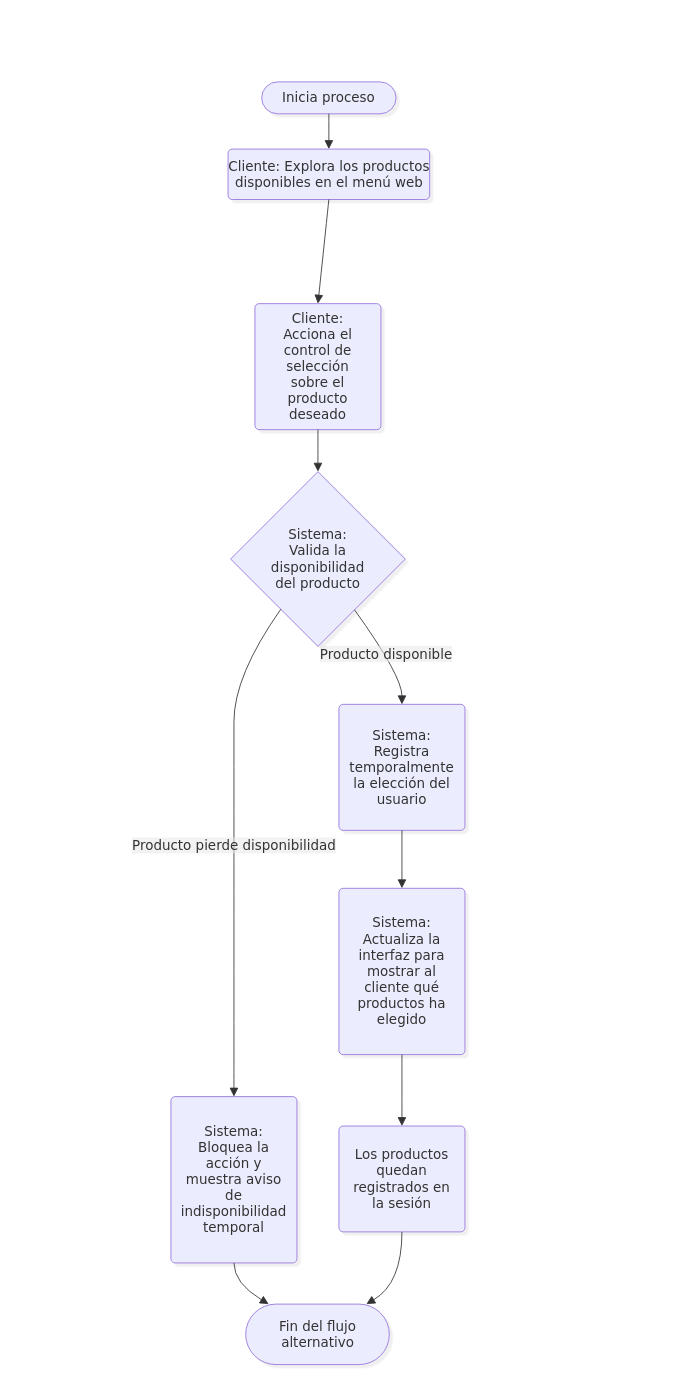
Before: page "RF03" (3 of 14) of documentacion/Diagramas/Diagramas Casos de Uso.drawio in CanelaFeliz/ProyectoPPI115, a draw.io diagram. Source tidied: cells renumbered, new cells numbered last; positions are measured from the earlier drawing's top-left corner, leaving out a move shared by most shapes. Both pictures are drawn from the tidied source at 84%, with x=0, y=0 at pixel (171, 14).
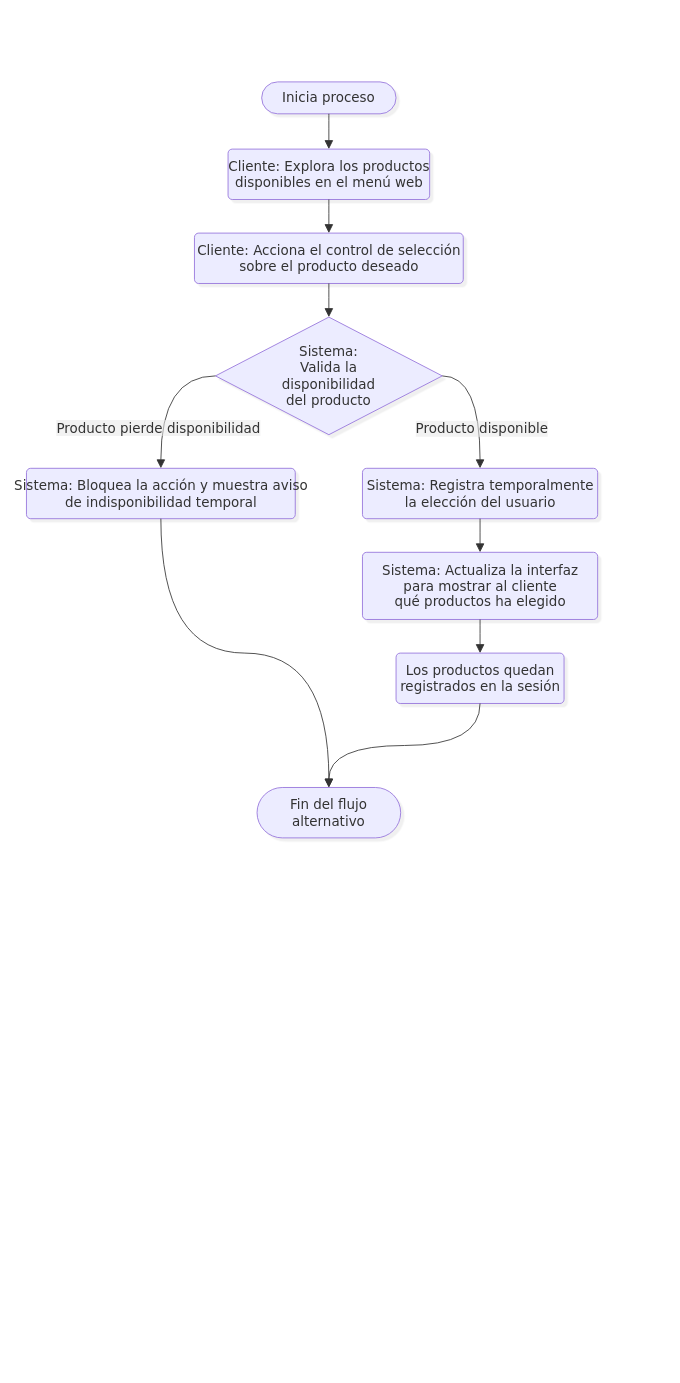
The same page after the edit.

Unchanged cells that the change refers to:
```xml
<mxCell id="2" style="group;transparentBounds=1;editIcon=1;lockedGroup=0;groupPadding=10;" parent="1" vertex="1">
  <mxGeometry x="588" as="geometry" />
</mxCell>
```

Change to the diagram source:
```diff
@@
-    <mxCell id="5" value="Cliente: Acciona el control de selección sobre el producto deseado" style="rounded=1;absoluteArcSize=1;arcSize=10;html=1;whiteSpace=wrap;strokeWidth=1;fillColor=light-dark(#ECECFF,#1f2020);strokeColor=light-dark(#9370DB,#cccccc);fontColor=light-dark(#333333,#cccccc);fontFamily=Trebuchet MS,Verdana,Arial,sans-serif;fontSize=16;shadow=1;shadowColor=#000000;shadowOffsetX=4;shadowOffsetY=4;shadowBlur=0;shadowOpacity=6;labelWidth=120;" parent="2" vertex="1">
-      <mxGeometry x="-488" y="344" width="150" height="150" as="geometry" />
+    <mxCell id="5" value="Cliente: Acciona el control de selección&lt;br&gt;sobre el producto deseado" style="rounded=1;absoluteArcSize=1;arcSize=10;html=1;strokeWidth=1;fillColor=light-dark(#ECECFF,#1f2020);strokeColor=light-dark(#9370DB,#cccccc);fontColor=light-dark(#333333,#cccccc);fontFamily=Trebuchet MS,Verdana,Arial,sans-serif;fontSize=16;shadow=1;shadowColor=#000000;shadowOffsetX=4;shadowOffsetY=4;shadowBlur=0;shadowOpacity=6;labelWidth=120;" parent="2" vertex="1">
+      <mxGeometry x="-560" y="260" width="320" height="60" as="geometry" />
     </mxCell>
-    <mxCell id="6" value="Sistema: Valida la disponibilidad del producto" style="rhombus;html=1;strokeWidth=1;whiteSpace=wrap;fillColor=light-dark(#ECECFF,#1f2020);strokeColor=light-dark(#9370DB,#cccccc);fontColor=light-dark(#333333,#cccccc);fontFamily=Trebuchet MS,Verdana,Arial,sans-serif;fontSize=16;shadow=1;shadowColor=#000000;shadowOffsetX=4;shadowOffsetY=4;shadowBlur=0;shadowOpacity=6;labelWidth=120;" parent="2" vertex="1">
-      <mxGeometry x="-517" y="544" width="208" height="208" as="geometry" />
+    <mxCell id="6" value="Sistema: Valida la disponibilidad del producto" style="rhombus;html=1;strokeWidth=1;fillColor=light-dark(#ECECFF,#1f2020);strokeColor=light-dark(#9370DB,#cccccc);fontColor=light-dark(#333333,#cccccc);fontFamily=Trebuchet MS,Verdana,Arial,sans-serif;fontSize=16;shadow=1;shadowColor=#000000;shadowOffsetX=4;shadowOffsetY=4;shadowBlur=0;shadowOpacity=6;labelWidth=120;whiteSpace=wrap;" parent="2" vertex="1">
+      <mxGeometry x="-535" y="360" width="270" height="140" as="geometry" />
     </mxCell>
-    <mxCell id="7" value="Sistema: Registra temporalmente la elección del usuario" style="rounded=1;absoluteArcSize=1;arcSize=10;html=1;whiteSpace=wrap;strokeWidth=1;fillColor=light-dark(#ECECFF,#1f2020);strokeColor=light-dark(#9370DB,#cccccc);fontColor=light-dark(#333333,#cccccc);fontFamily=Trebuchet MS,Verdana,Arial,sans-serif;fontSize=16;shadow=1;shadowColor=#000000;shadowOffsetX=4;shadowOffsetY=4;shadowBlur=0;shadowOpacity=6;labelWidth=120;" parent="2" vertex="1">
-      <mxGeometry x="-388" y="821" width="150" height="150" as="geometry" />
+    <mxCell id="7" value="Sistema: Registra temporalmente&lt;br&gt;la elección del usuario" style="rounded=1;absoluteArcSize=1;arcSize=10;html=1;strokeWidth=1;fillColor=light-dark(#ECECFF,#1f2020);strokeColor=light-dark(#9370DB,#cccccc);fontColor=light-dark(#333333,#cccccc);fontFamily=Trebuchet MS,Verdana,Arial,sans-serif;fontSize=16;shadow=1;shadowColor=#000000;shadowOffsetX=4;shadowOffsetY=4;shadowBlur=0;shadowOpacity=6;labelWidth=120;" parent="2" vertex="1">
+      <mxGeometry x="-360" y="540" width="280" height="60" as="geometry" />
     </mxCell>
-    <mxCell id="8" value="Sistema: Bloquea la acción y muestra aviso de indisponibilidad temporal" style="rounded=1;absoluteArcSize=1;arcSize=10;html=1;whiteSpace=wrap;strokeWidth=1;fillColor=light-dark(#ECECFF,#1f2020);strokeColor=light-dark(#9370DB,#cccccc);fontColor=light-dark(#333333,#cccccc);fontFamily=Trebuchet MS,Verdana,Arial,sans-serif;fontSize=16;shadow=1;shadowColor=#000000;shadowOffsetX=4;shadowOffsetY=4;shadowBlur=0;shadowOpacity=6;labelWidth=120;" parent="2" vertex="1">
-      <mxGeometry x="-588" y="1288" width="150" height="198" as="geometry" />
+    <mxCell id="8" value="Sistema: Bloquea la acción y muestra aviso&lt;br&gt;de indisponibilidad temporal" style="rounded=1;absoluteArcSize=1;arcSize=10;html=1;strokeWidth=1;fillColor=light-dark(#ECECFF,#1f2020);strokeColor=light-dark(#9370DB,#cccccc);fontColor=light-dark(#333333,#cccccc);fontFamily=Trebuchet MS,Verdana,Arial,sans-serif;fontSize=16;shadow=1;shadowColor=#000000;shadowOffsetX=4;shadowOffsetY=4;shadowBlur=0;shadowOpacity=6;labelWidth=120;" parent="2" vertex="1">
+      <mxGeometry x="-760" y="540" width="320" height="60" as="geometry" />
     </mxCell>
-    <mxCell id="9" value="Sistema: Actualiza la interfaz para mostrar al cliente qué productos ha elegido" style="rounded=1;absoluteArcSize=1;arcSize=10;html=1;whiteSpace=wrap;strokeWidth=1;fillColor=light-dark(#ECECFF,#1f2020);strokeColor=light-dark(#9370DB,#cccccc);fontColor=light-dark(#333333,#cccccc);fontFamily=Trebuchet MS,Verdana,Arial,sans-serif;fontSize=16;shadow=1;shadowColor=#000000;shadowOffsetX=4;shadowOffsetY=4;shadowBlur=0;shadowOpacity=6;labelWidth=120;" parent="2" vertex="1">
-      <mxGeometry x="-388" y="1040" width="150" height="198" as="geometry" />
+    <mxCell id="9" value="Sistema: Actualiza la interfaz&lt;br&gt;para mostrar al cliente&lt;br&gt;qué productos ha elegido" style="rounded=1;absoluteArcSize=1;arcSize=10;html=1;strokeWidth=1;fillColor=light-dark(#ECECFF,#1f2020);strokeColor=light-dark(#9370DB,#cccccc);fontColor=light-dark(#333333,#cccccc);fontFamily=Trebuchet MS,Verdana,Arial,sans-serif;fontSize=16;shadow=1;shadowColor=#000000;shadowOffsetX=4;shadowOffsetY=4;shadowBlur=0;shadowOpacity=6;labelWidth=120;" parent="2" vertex="1">
+      <mxGeometry x="-360" y="640" width="280" height="80" as="geometry" />
     </mxCell>
-    <mxCell id="10" value="Los productos quedan registrados en la sesión" style="rounded=1;absoluteArcSize=1;arcSize=10;html=1;whiteSpace=wrap;strokeWidth=1;fillColor=light-dark(#ECECFF,#1f2020);strokeColor=light-dark(#9370DB,#cccccc);fontColor=light-dark(#333333,#cccccc);fontFamily=Trebuchet MS,Verdana,Arial,sans-serif;fontSize=16;shadow=1;shadowColor=#000000;shadowOffsetX=4;shadowOffsetY=4;shadowBlur=0;shadowOpacity=6;labelWidth=120;" parent="2" vertex="1">
-      <mxGeometry x="-388" y="1323" width="150" height="126" as="geometry" />
+    <mxCell id="10" value="Los productos quedan&lt;br&gt;registrados en la sesión" style="rounded=1;absoluteArcSize=1;arcSize=10;html=1;strokeWidth=1;fillColor=light-dark(#ECECFF,#1f2020);strokeColor=light-dark(#9370DB,#cccccc);fontColor=light-dark(#333333,#cccccc);fontFamily=Trebuchet MS,Verdana,Arial,sans-serif;fontSize=16;shadow=1;shadowColor=#000000;shadowOffsetX=4;shadowOffsetY=4;shadowBlur=0;shadowOpacity=6;labelWidth=120;" parent="2" vertex="1">
+      <mxGeometry x="-320" y="760" width="200" height="60" as="geometry" />
     </mxCell>
     <mxCell id="11" value="Fin del flujo alternativo" style="html=1;rounded=1;whiteSpace=wrap;arcSize=50;strokeWidth=1;fillColor=light-dark(#ECECFF,#1f2020);strokeColor=light-dark(#9370DB,#cccccc);fontColor=light-dark(#333333,#cccccc);fontFamily=Trebuchet MS,Verdana,Arial,sans-serif;fontSize=16;shadow=1;shadowColor=#000000;shadowOffsetX=4;shadowOffsetY=4;shadowBlur=0;shadowOpacity=6;labelWidth=120;" parent="2" vertex="1">
-      <mxGeometry x="-499" y="1535" width="171" height="72" as="geometry" />
+      <mxGeometry x="-485.5" y="920" width="171" height="60" as="geometry" />
     </mxCell>
@@
-    <mxCell id="15" value="Producto disponible" style="curved=1;startArrow=none;endArrow=block;endSize=8;strokeColor=light-dark(#333333,#cccccc);html=1;fontSize=16;labelBackgroundColor=light-dark(#E8E8E88D,#2a2a2a8D);fontFamily=Trebuchet MS,Verdana,Arial,sans-serif;fontColor=light-dark(#333333,#cccccc);exitX=0.86;exitY=1;entryX=0.5;entryY=0;targetPerimeterSpacing=4;rounded=0;" parent="2" edge="1" source="6" target="7">
-      <mxGeometry relative="1" as="geometry">
-        <Array as="points">
-          <mxPoint x="-313" y="787" />
-        </Array>
-      </mxGeometry>
+    <mxCell id="15" value="Producto disponible" style="curved=1;startArrow=none;endArrow=block;endSize=8;strokeColor=light-dark(#333333,#cccccc);html=1;fontSize=16;labelBackgroundColor=light-dark(#E8E8E88D,#2a2a2a8D);fontFamily=Trebuchet MS,Verdana,Arial,sans-serif;fontColor=light-dark(#333333,#cccccc);exitX=1;exitY=0.5;entryX=0.5;entryY=0;targetPerimeterSpacing=4;rounded=0;exitDx=0;exitDy=0;edgeStyle=orthogonalEdgeStyle;curveGeometry=1;" parent="2" edge="1" source="6" target="7">
+      <mxGeometry x="0.39" y="2" relative="1" as="geometry" />
     </mxCell>
-    <mxCell id="16" value="Producto pierde disponibilidad" style="curved=1;startArrow=none;endArrow=block;endSize=8;strokeColor=light-dark(#333333,#cccccc);html=1;fontSize=16;labelBackgroundColor=light-dark(#E8E8E88D,#2a2a2a8D);fontFamily=Trebuchet MS,Verdana,Arial,sans-serif;fontColor=light-dark(#333333,#cccccc);exitX=0.13;exitY=1;entryX=0.5;entryY=0;targetPerimeterSpacing=4;rounded=0;" parent="2" edge="1" source="6" target="8">
-      <mxGeometry relative="1" as="geometry">
-        <Array as="points">
-          <mxPoint x="-513" y="787" />
-          <mxPoint x="-513" y="896" />
-          <mxPoint x="-513" y="1006" />
-          <mxPoint x="-513" y="1139" />
-          <mxPoint x="-513" y="1263" />
-        </Array>
-      </mxGeometry>
+    <mxCell id="16" value="Producto pierde disponibilidad" style="curved=1;startArrow=none;endArrow=block;endSize=8;strokeColor=light-dark(#333333,#cccccc);html=1;fontSize=16;labelBackgroundColor=light-dark(#E8E8E88D,#2a2a2a8D);fontFamily=Trebuchet MS,Verdana,Arial,sans-serif;fontColor=light-dark(#333333,#cccccc);exitX=0;exitY=0.5;entryX=0.5;entryY=0;targetPerimeterSpacing=4;rounded=0;exitDx=0;exitDy=0;edgeStyle=orthogonalEdgeStyle;curveGeometry=1;" parent="2" edge="1" source="6" target="8">
+      <mxGeometry x="0.45" y="-3" relative="1" as="geometry" />
     </mxCell>
@@
-    <mxCell id="19" style="curved=1;startArrow=none;endArrow=block;endSize=8;strokeColor=light-dark(#333333,#cccccc);exitX=0.5;exitY=0.99;entryX=0.16;entryY=0;targetPerimeterSpacing=4;rounded=0;" parent="2" edge="1" source="8" target="11">
-      <mxGeometry relative="1" as="geometry">
-        <Array as="points">
-          <mxPoint x="-513" y="1510" />
-        </Array>
-      </mxGeometry>
+    <mxCell id="19" style="curved=1;startArrow=none;endArrow=block;endSize=8;strokeColor=light-dark(#333333,#cccccc);exitX=0.5;exitY=0.99;entryX=0.5;entryY=0;targetPerimeterSpacing=4;rounded=0;edgeStyle=orthogonalEdgeStyle;curveGeometry=1;entryDx=0;entryDy=0;" parent="2" edge="1" source="8" target="11">
+      <mxGeometry relative="1" as="geometry" />
     </mxCell>
-    <mxCell id="20" style="curved=1;startArrow=none;endArrow=block;endSize=8;strokeColor=light-dark(#333333,#cccccc);exitX=0.5;exitY=1;entryX=0.84;entryY=0;targetPerimeterSpacing=4;rounded=0;" parent="2" edge="1" source="10" target="11">
-      <mxGeometry relative="1" as="geometry">
-        <Array as="points">
-          <mxPoint x="-313" y="1510" />
-        </Array>
-      </mxGeometry>
+    <mxCell id="20" style="curved=1;startArrow=none;endArrow=block;endSize=8;strokeColor=light-dark(#333333,#cccccc);exitX=0.5;exitY=1;targetPerimeterSpacing=4;rounded=0;edgeStyle=orthogonalEdgeStyle;curveGeometry=1;entryX=0.5;entryY=0;entryDx=0;entryDy=0;" parent="2" edge="1" source="10" target="11">
+      <mxGeometry relative="1" as="geometry" />
     </mxCell>
```
